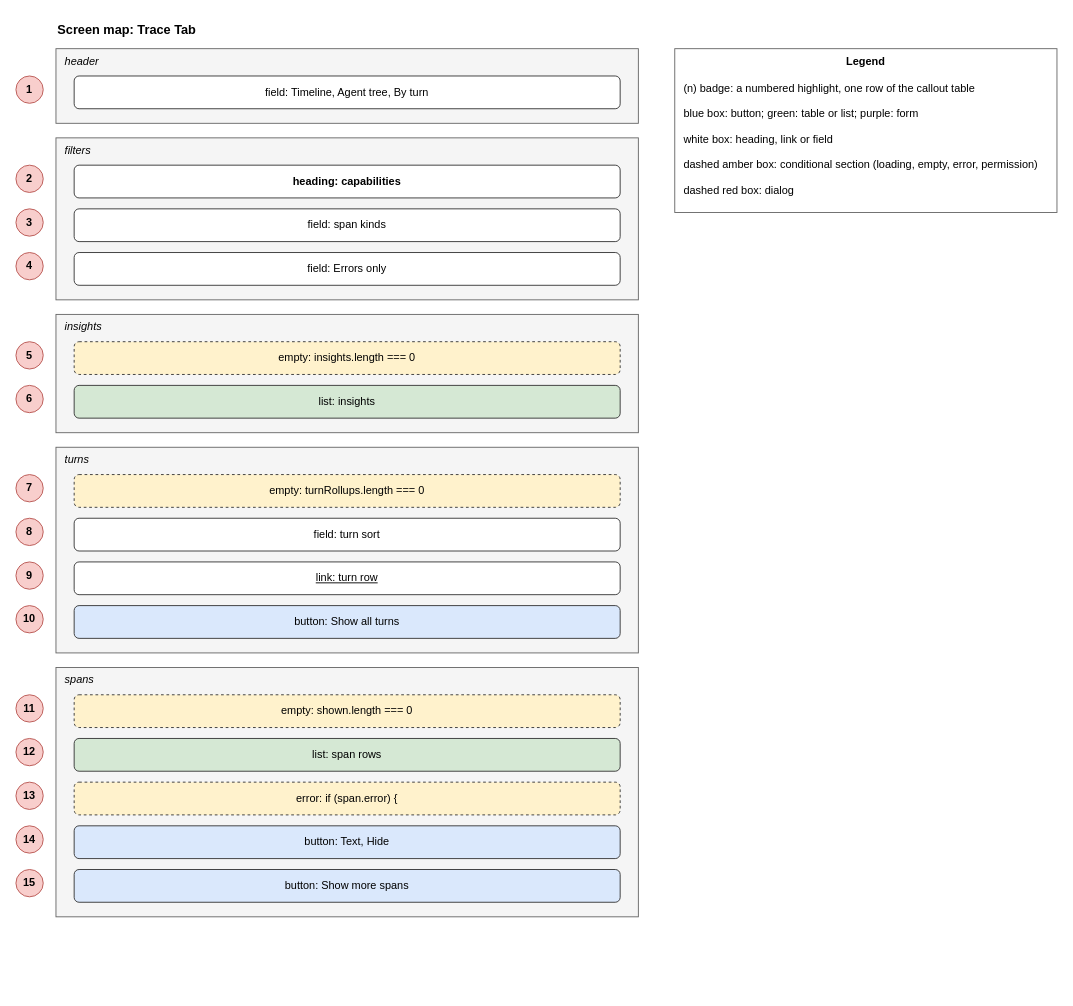
This is docs/brain/architecture/drawio/drawio-screen-trace-tab.drawio from GeorgiNaydenov/LocalTokenomics, a draw.io file, before an edit. Source tidied: cells renumbered, new cells numbered last; positions are measured from the earlier drawing's top-left corner, leaving out a move shared by most shapes. Both pictures are drawn from the tidied source at 91%, with x=0, y=0 at pixel (15, 15).
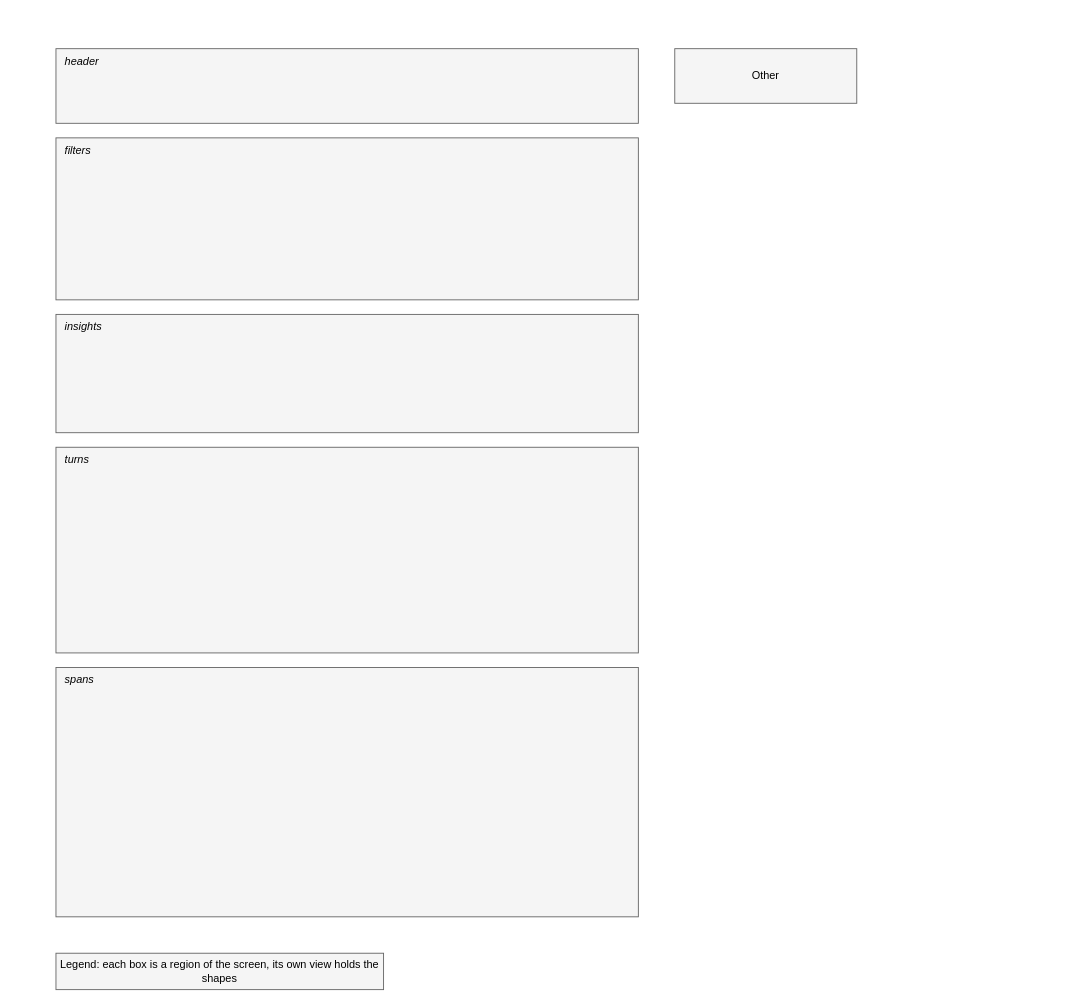
Above is the later version.

Unchanged cells that the change refers to:
```xml
<mxCell id="3" value="header" style="rounded=0;whiteSpace=wrap;html=0;fillColor=#f5f5f5;strokeColor=#666666;verticalAlign=top;align=left;spacingLeft=8;fontStyle=2;" parent="1" vertex="1">
  <mxGeometry x="44" y="36" width="640" height="82" as="geometry" />
</mxCell>
<mxCell id="6" value="filters" style="rounded=0;whiteSpace=wrap;html=0;fillColor=#f5f5f5;strokeColor=#666666;verticalAlign=top;align=left;spacingLeft=8;fontStyle=2;" parent="1" vertex="1">
  <mxGeometry x="44" y="134" width="640" height="178" as="geometry" />
</mxCell>
<mxCell id="13" value="insights" style="rounded=0;whiteSpace=wrap;html=0;fillColor=#f5f5f5;strokeColor=#666666;verticalAlign=top;align=left;spacingLeft=8;fontStyle=2;" parent="1" vertex="1">
  <mxGeometry x="44" y="328" width="640" height="130" as="geometry" />
</mxCell>
<mxCell id="18" value="turns" style="rounded=0;whiteSpace=wrap;html=0;fillColor=#f5f5f5;strokeColor=#666666;verticalAlign=top;align=left;spacingLeft=8;fontStyle=2;" parent="1" vertex="1">
  <mxGeometry x="44" y="474" width="640" height="226" as="geometry" />
</mxCell>
<mxCell id="27" value="spans" style="rounded=0;whiteSpace=wrap;html=0;fillColor=#f5f5f5;strokeColor=#666666;verticalAlign=top;align=left;spacingLeft=8;fontStyle=2;" parent="1" vertex="1">
  <mxGeometry x="44" y="716" width="640" height="274" as="geometry" />
</mxCell>
```

What changed in the source:
```diff
@@
-    <mxCell id="2" value="Screen map: Trace Tab" style="text;html=0;fontStyle=1;fontSize=14;align=left;" parent="1" vertex="1">
-      <mxGeometry x="44" width="500" height="24" as="geometry" />
-    </mxCell>
@@
-    <mxCell id="4" value="field: Timeline, Agent tree, By turn" style="rounded=1;whiteSpace=wrap;html=0;fillColor=#ffffff;strokeColor=#333333;" parent="3" vertex="1">
-      <mxGeometry x="20" y="30" width="600" height="36" as="geometry" />
-    </mxCell>
-    <mxCell id="5" value="1" style="ellipse;whiteSpace=wrap;html=0;fillColor=#f8cecc;strokeColor=#b85450;fontStyle=1;" parent="1" vertex="1">
-      <mxGeometry y="66" width="30" height="30" as="geometry" />
-    </mxCell>
@@
-    <mxCell id="7" value="heading: capabilities" style="rounded=1;whiteSpace=wrap;html=0;fillColor=#ffffff;strokeColor=#333333;fontStyle=1;" parent="6" vertex="1">
-      <mxGeometry x="20" y="30" width="600" height="36" as="geometry" />
-    </mxCell>
-    <mxCell id="8" value="2" style="ellipse;whiteSpace=wrap;html=0;fillColor=#f8cecc;strokeColor=#b85450;fontStyle=1;" parent="1" vertex="1">
-      <mxGeometry y="164" width="30" height="30" as="geometry" />
-    </mxCell>
-    <mxCell id="9" value="field: span kinds" style="rounded=1;whiteSpace=wrap;html=0;fillColor=#ffffff;strokeColor=#333333;" parent="6" vertex="1">
-      <mxGeometry x="20" y="78" width="600" height="36" as="geometry" />
-    </mxCell>
-    <mxCell id="10" value="3" style="ellipse;whiteSpace=wrap;html=0;fillColor=#f8cecc;strokeColor=#b85450;fontStyle=1;" parent="1" vertex="1">
-      <mxGeometry y="212" width="30" height="30" as="geometry" />
-    </mxCell>
-    <mxCell id="11" value="field: Errors only" style="rounded=1;whiteSpace=wrap;html=0;fillColor=#ffffff;strokeColor=#333333;" parent="6" vertex="1">
-      <mxGeometry x="20" y="126" width="600" height="36" as="geometry" />
-    </mxCell>
-    <mxCell id="12" value="4" style="ellipse;whiteSpace=wrap;html=0;fillColor=#f8cecc;strokeColor=#b85450;fontStyle=1;" parent="1" vertex="1">
-      <mxGeometry y="260" width="30" height="30" as="geometry" />
-    </mxCell>
@@
-    <mxCell id="14" value="empty: insights.length === 0" style="rounded=1;whiteSpace=wrap;html=0;fillColor=#fff2cc;strokeColor=#333333;dashed=1;" parent="13" vertex="1">
-      <mxGeometry x="20" y="30" width="600" height="36" as="geometry" />
-    </mxCell>
-    <mxCell id="15" value="5" style="ellipse;whiteSpace=wrap;html=0;fillColor=#f8cecc;strokeColor=#b85450;fontStyle=1;" parent="1" vertex="1">
-      <mxGeometry y="358" width="30" height="30" as="geometry" />
-    </mxCell>
-    <mxCell id="16" value="list: insights" style="rounded=1;whiteSpace=wrap;html=0;fillColor=#d5e8d4;strokeColor=#333333;" parent="13" vertex="1">
-      <mxGeometry x="20" y="78" width="600" height="36" as="geometry" />
-    </mxCell>
-    <mxCell id="17" value="6" style="ellipse;whiteSpace=wrap;html=0;fillColor=#f8cecc;strokeColor=#b85450;fontStyle=1;" parent="1" vertex="1">
-      <mxGeometry y="406" width="30" height="30" as="geometry" />
-    </mxCell>
@@
-    <mxCell id="19" value="empty: turnRollups.length === 0" style="rounded=1;whiteSpace=wrap;html=0;fillColor=#fff2cc;strokeColor=#333333;dashed=1;" parent="18" vertex="1">
-      <mxGeometry x="20" y="30" width="600" height="36" as="geometry" />
-    </mxCell>
-    <mxCell id="20" value="7" style="ellipse;whiteSpace=wrap;html=0;fillColor=#f8cecc;strokeColor=#b85450;fontStyle=1;" parent="1" vertex="1">
-      <mxGeometry y="504" width="30" height="30" as="geometry" />
-    </mxCell>
-    <mxCell id="21" value="field: turn sort" style="rounded=1;whiteSpace=wrap;html=0;fillColor=#ffffff;strokeColor=#333333;" parent="18" vertex="1">
-      <mxGeometry x="20" y="78" width="600" height="36" as="geometry" />
-    </mxCell>
-    <mxCell id="22" value="8" style="ellipse;whiteSpace=wrap;html=0;fillColor=#f8cecc;strokeColor=#b85450;fontStyle=1;" parent="1" vertex="1">
-      <mxGeometry y="552" width="30" height="30" as="geometry" />
-    </mxCell>
-    <mxCell id="23" value="link: turn row" style="rounded=1;whiteSpace=wrap;html=0;fillColor=#ffffff;strokeColor=#333333;fontStyle=4;" parent="18" vertex="1">
-      <mxGeometry x="20" y="126" width="600" height="36" as="geometry" />
-    </mxCell>
-    <mxCell id="24" value="9" style="ellipse;whiteSpace=wrap;html=0;fillColor=#f8cecc;strokeColor=#b85450;fontStyle=1;" parent="1" vertex="1">
-      <mxGeometry y="600" width="30" height="30" as="geometry" />
-    </mxCell>
-    <mxCell id="25" value="button: Show all turns" style="rounded=1;whiteSpace=wrap;html=0;fillColor=#dae8fc;strokeColor=#333333;" parent="18" vertex="1">
-      <mxGeometry x="20" y="174" width="600" height="36" as="geometry" />
-    </mxCell>
-    <mxCell id="26" value="10" style="ellipse;whiteSpace=wrap;html=0;fillColor=#f8cecc;strokeColor=#b85450;fontStyle=1;" parent="1" vertex="1">
-      <mxGeometry y="648" width="30" height="30" as="geometry" />
-    </mxCell>
@@
-    <mxCell id="28" value="empty: shown.length === 0" style="rounded=1;whiteSpace=wrap;html=0;fillColor=#fff2cc;strokeColor=#333333;dashed=1;" parent="27" vertex="1">
-      <mxGeometry x="20" y="30" width="600" height="36" as="geometry" />
-    </mxCell>
-    <mxCell id="29" value="11" style="ellipse;whiteSpace=wrap;html=0;fillColor=#f8cecc;strokeColor=#b85450;fontStyle=1;" parent="1" vertex="1">
-      <mxGeometry y="746" width="30" height="30" as="geometry" />
-    </mxCell>
-    <mxCell id="30" value="list: span rows" style="rounded=1;whiteSpace=wrap;html=0;fillColor=#d5e8d4;strokeColor=#333333;" parent="27" vertex="1">
-      <mxGeometry x="20" y="78" width="600" height="36" as="geometry" />
-    </mxCell>
-    <mxCell id="31" value="12" style="ellipse;whiteSpace=wrap;html=0;fillColor=#f8cecc;strokeColor=#b85450;fontStyle=1;" parent="1" vertex="1">
-      <mxGeometry y="794" width="30" height="30" as="geometry" />
-    </mxCell>
-    <mxCell id="32" value="error: if (span.error) {" style="rounded=1;whiteSpace=wrap;html=0;fillColor=#fff2cc;strokeColor=#333333;dashed=1;" parent="27" vertex="1">
-      <mxGeometry x="20" y="126" width="600" height="36" as="geometry" />
-    </mxCell>
-    <mxCell id="33" value="13" style="ellipse;whiteSpace=wrap;html=0;fillColor=#f8cecc;strokeColor=#b85450;fontStyle=1;" parent="1" vertex="1">
-      <mxGeometry y="842" width="30" height="30" as="geometry" />
-    </mxCell>
-    <mxCell id="34" value="button: Text, Hide" style="rounded=1;whiteSpace=wrap;html=0;fillColor=#dae8fc;strokeColor=#333333;" parent="27" vertex="1">
-      <mxGeometry x="20" y="174" width="600" height="36" as="geometry" />
-    </mxCell>
-    <mxCell id="35" value="14" style="ellipse;whiteSpace=wrap;html=0;fillColor=#f8cecc;strokeColor=#b85450;fontStyle=1;" parent="1" vertex="1">
-      <mxGeometry y="890" width="30" height="30" as="geometry" />
-    </mxCell>
-    <mxCell id="36" value="button: Show more spans" style="rounded=1;whiteSpace=wrap;html=0;fillColor=#dae8fc;strokeColor=#333333;" parent="27" vertex="1">
-      <mxGeometry x="20" y="222" width="600" height="36" as="geometry" />
-    </mxCell>
-    <mxCell id="37" value="15" style="ellipse;whiteSpace=wrap;html=0;fillColor=#f8cecc;strokeColor=#b85450;fontStyle=1;" parent="1" vertex="1">
-      <mxGeometry y="938" width="30" height="30" as="geometry" />
-    </mxCell>
-    <mxCell id="38" value="Legend" style="rounded=0;whiteSpace=wrap;html=0;fillColor=#ffffff;strokeColor=#666666;verticalAlign=top;fontStyle=1;" parent="1" vertex="1">
-      <mxGeometry x="724" y="36" width="420" height="180" as="geometry" />
-    </mxCell>
-    <mxCell id="39" value="(n) badge: a numbered highlight, one row of the callout table" style="text;html=0;align=left;whiteSpace=wrap;" parent="38" vertex="1">
-      <mxGeometry x="8" y="30" width="400" height="24" as="geometry" />
-    </mxCell>
-    <mxCell id="40" value="blue box: button; green: table or list; purple: form" style="text;html=0;align=left;whiteSpace=wrap;" parent="38" vertex="1">
-      <mxGeometry x="8" y="58" width="400" height="24" as="geometry" />
-    </mxCell>
-    <mxCell id="41" value="white box: heading, link or field" style="text;html=0;align=left;whiteSpace=wrap;" parent="38" vertex="1">
-      <mxGeometry x="8" y="86" width="400" height="24" as="geometry" />
-    </mxCell>
-    <mxCell id="42" value="dashed amber box: conditional section (loading, empty, error, permission)" style="text;html=0;align=left;whiteSpace=wrap;" parent="38" vertex="1">
-      <mxGeometry x="8" y="114" width="400" height="24" as="geometry" />
-    </mxCell>
-    <mxCell id="43" value="dashed red box: dialog" style="text;html=0;align=left;whiteSpace=wrap;" parent="38" vertex="1">
-      <mxGeometry x="8" y="142" width="400" height="24" as="geometry" />
-    </mxCell>
+    <mxCell id="44" value="Other" style="rounded=0;whiteSpace=wrap;html=1;fillColor=#F5F5F5;strokeColor=#666666;fontColor=#000000;" parent="1" vertex="1">
+      <mxGeometry x="724" y="36" width="200" height="60" as="geometry" />
+    </mxCell>
+    <mxCell id="45" value="Legend: each box is a region of the screen, its own view holds the shapes" style="rounded=0;whiteSpace=wrap;html=1;fillColor=#F5F5F5;strokeColor=#666666;fontColor=#000000;" parent="1" vertex="1">
+      <mxGeometry x="44" y="1030" width="360" height="40" as="geometry" />
+    </mxCell>
```
